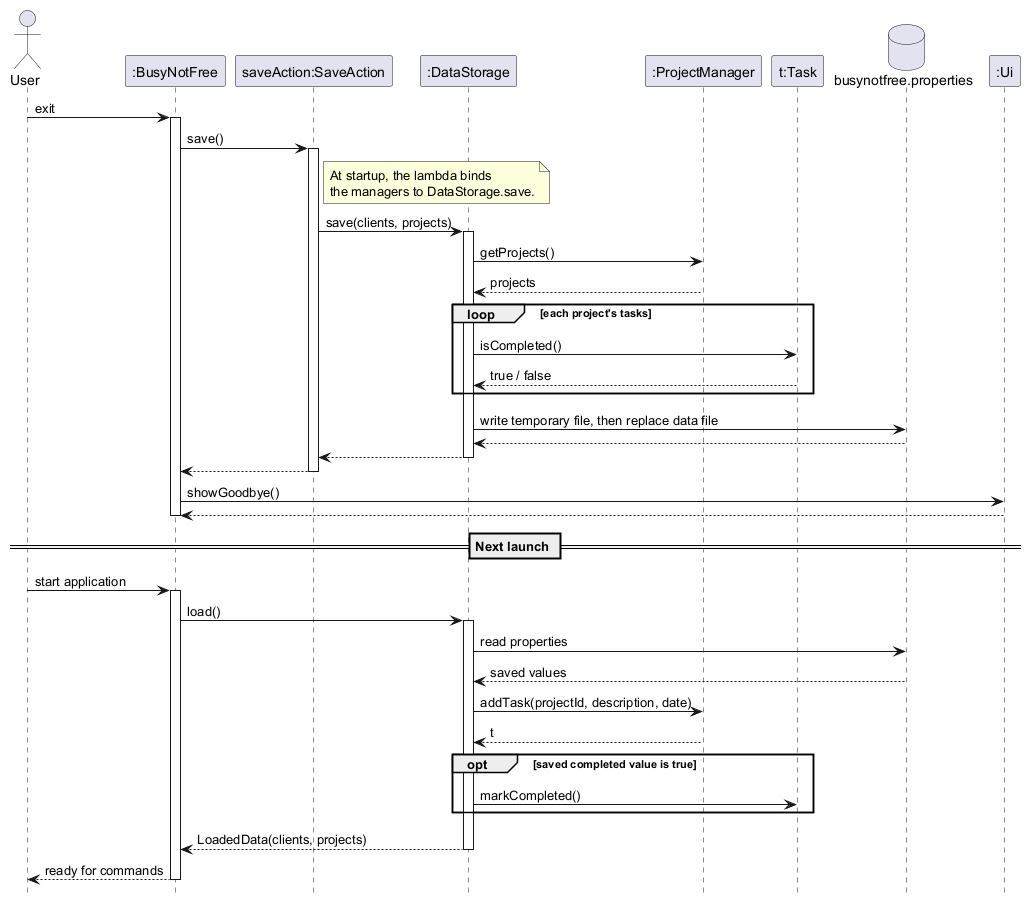
AY2627S1-CS2113-T10-3/tp keeps this PlantUML diagram as docs/images/TaskCompletionPersistenceSequenceDiagram.png. Above is the earlier version. Its diagram source:
```plantuml
@startuml
hide footbox

actor User
participant ":BusyNotFree" as App
participant "saveAction:SaveAction" as Action
participant ":DataStorage" as Storage
participant ":ProjectManager" as PM
participant "t:Task" as Task
database "busynotfree.properties" as File
participant ":Ui" as UI

User -> App : exit
activate App
App -> Action : save()
activate Action
note right of Action : At startup, the lambda binds\nthe managers to DataStorage.save.
Action -> Storage : save(clients, projects)
activate Storage
Storage -> PM : getProjects()
PM --> Storage : projects
loop each project's tasks
    Storage -> Task : isCompleted()
    Task --> Storage : true / false
end
Storage -> File : write temporary file, then replace data file
File --> Storage
Storage --> Action
deactivate Storage
Action --> App
deactivate Action
App -> UI : showGoodbye()
UI --> App
deactivate App

== Next launch ==
User -> App : start application
activate App
App -> Storage : load()
activate Storage
Storage -> File : read properties
File --> Storage : saved values
Storage -> PM : addTask(projectId, description, date)
PM --> Storage : t
opt saved completed value is true
    Storage -> Task : markCompleted()
end
Storage --> App : LoadedData(clients, projects)
deactivate Storage
App --> User : ready for commands
deactivate App

@enduml
```
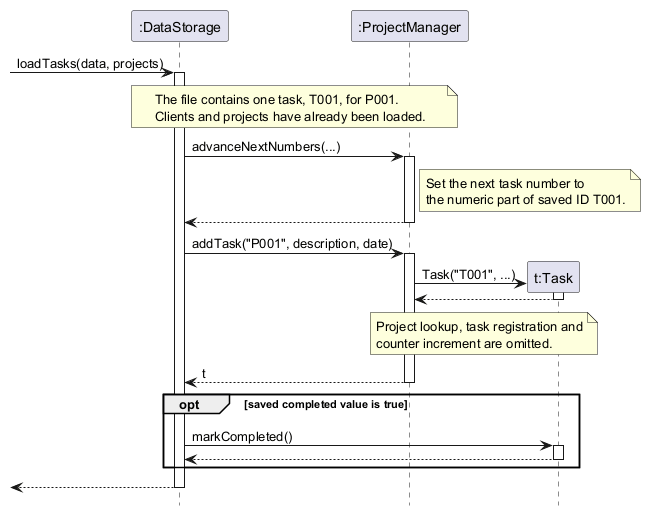
After the change.

Commit message:
docs: correct task completion and persistence UML scenarios

What changed in the source:
```diff
@@ -1,53 +1,37 @@
 @startuml
 hide footbox
 
-actor User
-participant ":BusyNotFree" as App
-participant "saveAction:SaveAction" as Action
 participant ":DataStorage" as Storage
 participant ":ProjectManager" as PM
-participant "t:Task" as Task
-database "busynotfree.properties" as File
-participant ":Ui" as UI
 
-User -> App : exit
-activate App
-App -> Action : save()
-activate Action
-note right of Action : At startup, the lambda binds\nthe managers to DataStorage.save.
-Action -> Storage : save(clients, projects)
+[-> Storage : loadTasks(data, projects)
 activate Storage
-Storage -> PM : getProjects()
-PM --> Storage : projects
-loop each project's tasks
-    Storage -> Task : isCompleted()
-    Task --> Storage : true / false
+note over Storage, PM
+  The file contains one task, T001, for P001.
+  Clients and projects have already been loaded.
+end note
+Storage -> PM : advanceNextNumbers(...)
+activate PM
+note right of PM : Set the next task number to\nthe numeric part of saved ID T001.
+PM --> Storage
+deactivate PM
+Storage -> PM : addTask("P001", description, date)
+activate PM
+create participant "t:Task" as T
+PM -> T : Task("T001", ...)
+activate T
+T --> PM
+deactivate T
+note over PM, T : Project lookup, task registration and\ncounter increment are omitted.
+PM --> Storage : t
+deactivate PM
+opt saved completed value is true
+    Storage -> T : markCompleted()
+    activate T
+    T --> Storage
+    deactivate T
 end
-Storage -> File : write temporary file, then replace data file
-File --> Storage
-Storage --> Action
+[<-- Storage
 deactivate Storage
-Action --> App
-deactivate Action
-App -> UI : showGoodbye()
-UI --> App
-deactivate App
-
-== Next launch ==
-User -> App : start application
-activate App
-App -> Storage : load()
-activate Storage
-Storage -> File : read properties
-File --> Storage : saved values
-Storage -> PM : addTask(projectId, description, date)
-PM --> Storage : t
-opt saved completed value is true
-    Storage -> Task : markCompleted()
-end
-Storage --> App : LoadedData(clients, projects)
-deactivate Storage
-App --> User : ready for commands
-deactivate App
 
 @enduml
```
